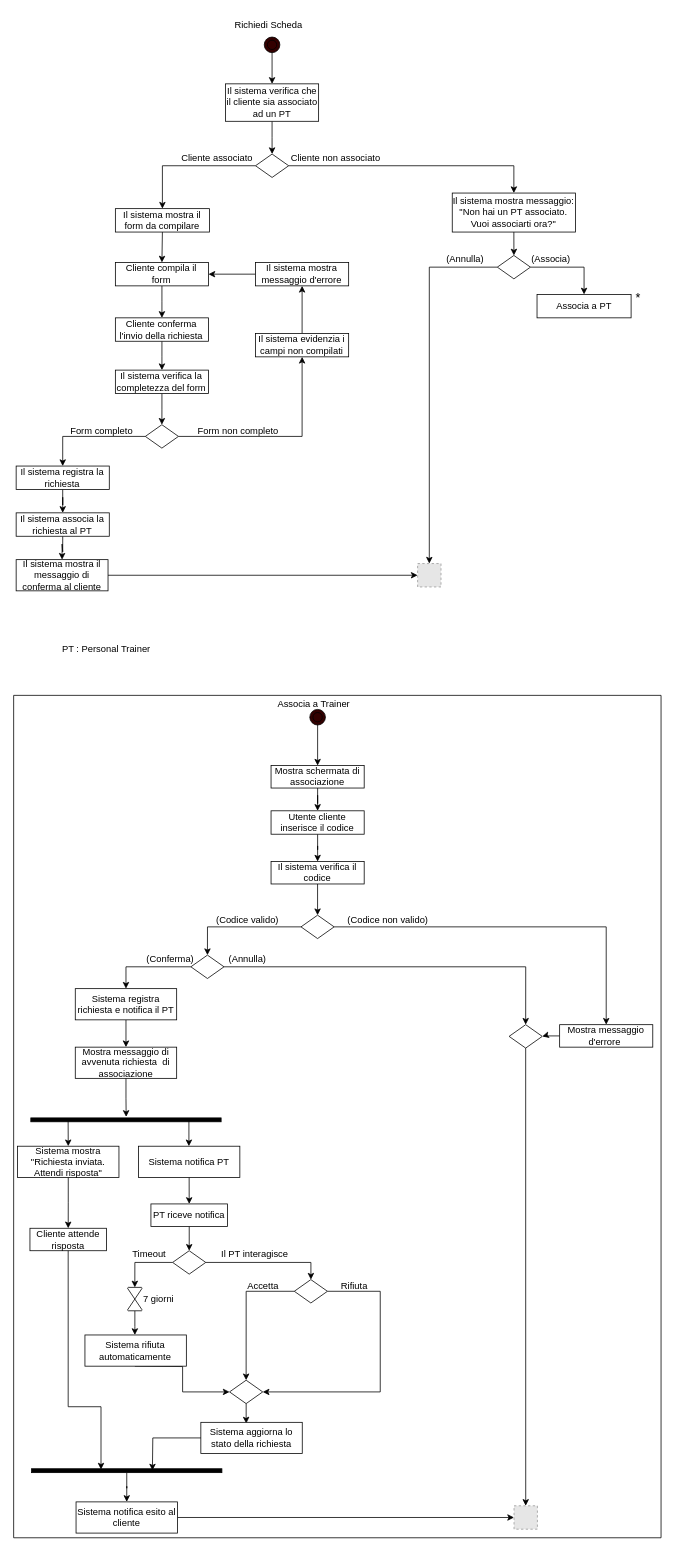
Earlier version of the draw.io diagram page "Pagina-1" (1 of 2) of ActivityDiagram/RichiediScheda-AssociaTrainer.drawio (FedericoSib/FitPlan). Source tidied: cells renumbered, new cells numbered last; positions are measured from the earlier drawing's top-left corner, leaving out a move shared by most shapes. Both pictures are drawn from the tidied source at 78%, with x=0, y=0 at pixel (13, 13). Pictures stored in the file or linked from it are replaced by grey dashed boxes.
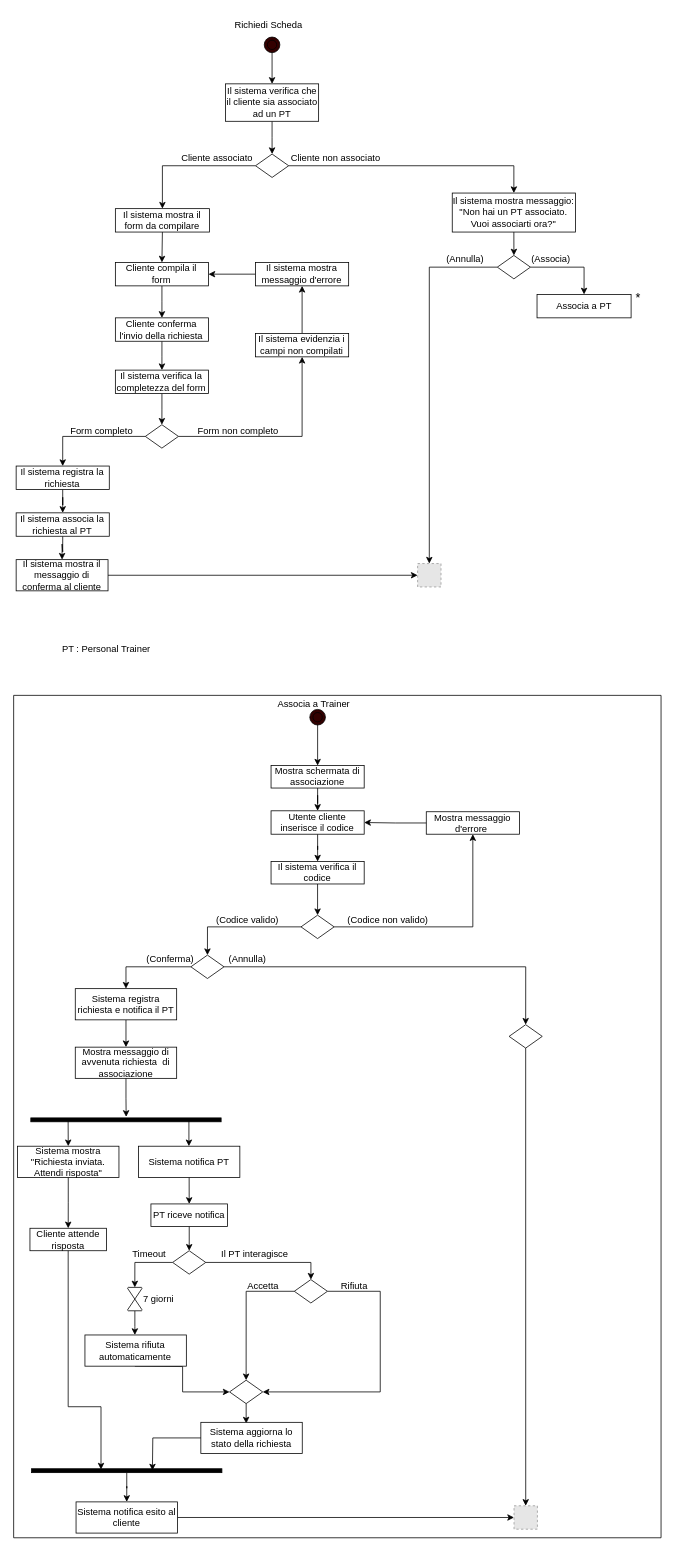
Above is the later version.

Unchanged cells that the change refers to:
```xml
<mxCell id="50" style="rhombus;whiteSpace=wrap;html=1;" parent="1" vertex="1">
  <mxGeometry x="368.4" y="1155.8" width="42.5" height="30" as="geometry" />
</mxCell>
<mxCell id="66" style="rhombus;whiteSpace=wrap;html=1;" parent="1" vertex="1">
  <mxGeometry x="635.2" y="1296.2" width="42.5" height="30" as="geometry" />
</mxCell>
<mxCell id="83" value="Utente cliente inserisce il codice" style="rounded=0;whiteSpace=wrap;html=1;" parent="1" vertex="1">
  <mxGeometry x="330" y="1022" width="119.4" height="30" as="geometry" />
</mxCell>
<mxCell id="108" style="swimlane;startSize=0;" parent="1" vertex="1">
  <mxGeometry y="874" width="830" height="1080" as="geometry" />
</mxCell>
```

Diff of the diagram source:
```diff
@@
-    <mxCell id="49" style="edgeStyle=orthogonalEdgeStyle;rounded=0;jettySize=auto;html=1;exitX=1;exitY=0.5;exitDx=0;exitDy=0;entryX=0.5;entryY=0;entryDx=0;entryDy=0;" parent="1" edge="1" source="50" target="54">
+    <mxCell id="49" style="edgeStyle=orthogonalEdgeStyle;rounded=0;jettySize=auto;html=1;entryX=0.5;entryY=1;entryDx=0;entryDy=0;" parent="1" edge="1" source="50" target="54">
       <mxGeometry relative="1" as="geometry" />
     </mxCell>
@@
-    <mxCell id="53" style="edgeStyle=orthogonalEdgeStyle;rounded=0;jettySize=auto;html=1;entryX=1;entryY=0.5;entryDx=0;entryDy=0;" parent="1" edge="1" source="54" target="66">
-      <mxGeometry relative="1" as="geometry" />
-    </mxCell>
-    <mxCell id="54" value="Mostra messaggio d'errore&amp;nbsp;" style="rounded=0;whiteSpace=wrap;html=1;" parent="1" vertex="1">
-      <mxGeometry x="700" y="1296.2" width="119.4" height="28.8" as="geometry" />
-    </mxCell>
@@
+    <mxCell id="54" value="Mostra messaggio d'errore&amp;nbsp;" style="rounded=0;whiteSpace=wrap;html=1;" parent="108" vertex="1">
+      <mxGeometry x="529" y="149.2" width="119.4" height="28.8" as="geometry" />
+    </mxCell>
+    <mxCell id="109" style="edgeStyle=orthogonalEdgeStyle;rounded=0;jettySize=auto;html=1;entryX=1;entryY=0.5;entryDx=0;entryDy=0;" parent="1" edge="1" source="54" target="83">
+      <mxGeometry relative="1" as="geometry" />
+    </mxCell>
```
